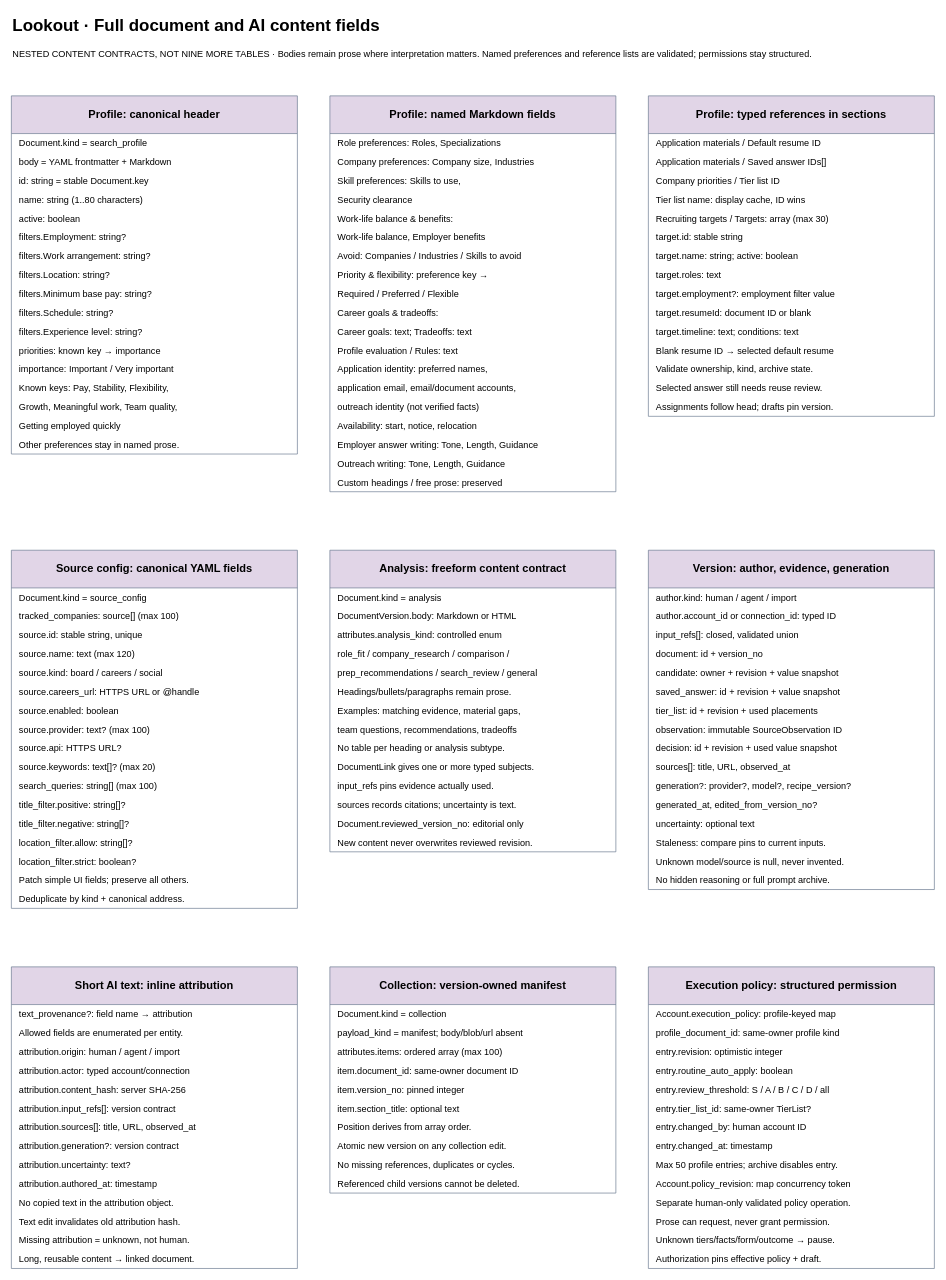
Above: page "00b Document and AI fields" (3 of 10) of docs/schema-review/lookout-data-layer.drawio in wcia013twe/Lookout.job (draw.io), before the change. Source tidied: cells renumbered, new cells numbered last; positions are measured from the earlier drawing's top-left corner, leaving out a move shared by most shapes. Both pictures are drawn from the tidied source at 65%, with x=0, y=0 at pixel (11, 11).
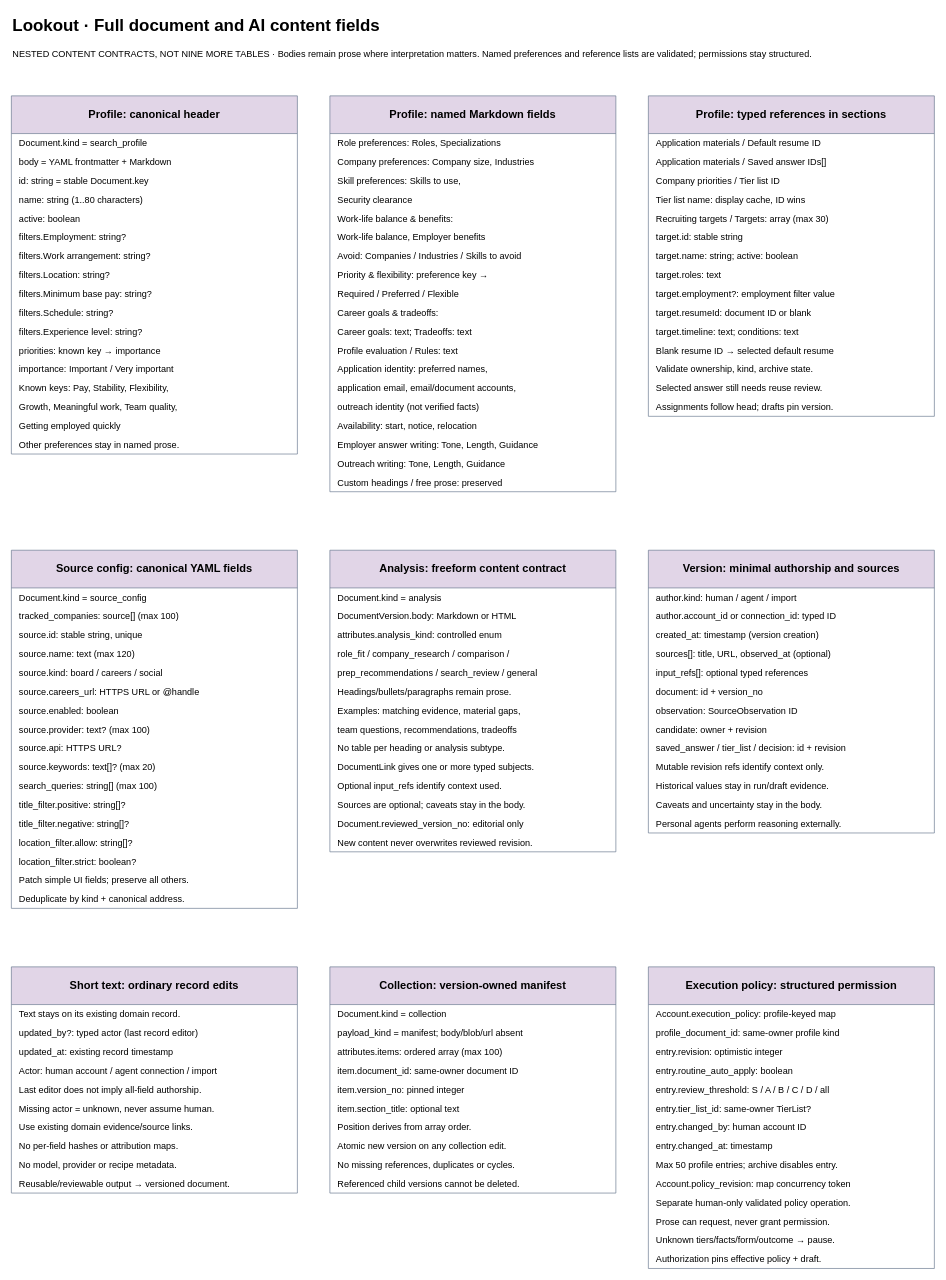
The same page after the edit.

Commit message (it also covers changes not shown here):
Keep inference with personal agents and simplify output metadata

The change refers to these unchanged cells:
```xml
<mxCell id="76" value="Analysis: freeform content contract" style="swimlane;html=1;startSize=58;fontSize=17;fontStyle=1;fillColor=#e1d5e7;strokeColor=#64748b;whiteSpace=wrap;" parent="1" vertex="1">
  <mxGeometry x="490" y="829" width="440" height="464" as="geometry" />
</mxCell>
```

Diff of the diagram source:
```diff
@@
-    <mxCell id="87" value="input_refs pins evidence actually used." style="text;html=1;fontSize=14;align=left;spacingLeft=10;whiteSpace=wrap;" parent="76" vertex="1">
+    <mxCell id="87" value="Optional input_refs identify context used." style="text;html=1;fontSize=14;align=left;spacingLeft=10;whiteSpace=wrap;" parent="76" vertex="1">
       <mxGeometry y="348" width="440" height="29" as="geometry" />
     </mxCell>
-    <mxCell id="88" value="sources records citations; uncertainty is text." style="text;html=1;fontSize=14;align=left;spacingLeft=10;whiteSpace=wrap;" parent="76" vertex="1">
+    <mxCell id="88" value="Sources are optional; caveats stay in the body." style="text;html=1;fontSize=14;align=left;spacingLeft=10;whiteSpace=wrap;" parent="76" vertex="1">
       <mxGeometry y="377" width="440" height="29" as="geometry" />
     </mxCell>
@@
-    <mxCell id="91" value="Version: author, evidence, generation" style="swimlane;html=1;startSize=58;fontSize=17;fontStyle=1;fillColor=#e1d5e7;strokeColor=#64748b;whiteSpace=wrap;" parent="1" vertex="1">
-      <mxGeometry x="980" y="829" width="440" height="522" as="geometry" />
+    <mxCell id="91" value="Version: minimal authorship and sources" style="swimlane;html=1;startSize=58;fontSize=17;fontStyle=1;fillColor=#e1d5e7;strokeColor=#64748b;whiteSpace=wrap;" parent="1" vertex="1">
+      <mxGeometry x="980" y="829" width="440" height="435" as="geometry" />
     </mxCell>
@@
-    <mxCell id="94" value="input_refs[]: closed, validated union" style="text;html=1;fontSize=14;align=left;spacingLeft=10;whiteSpace=wrap;" parent="91" vertex="1">
+    <mxCell id="94" value="created_at: timestamp (version creation)" style="text;html=1;fontSize=14;align=left;spacingLeft=10;whiteSpace=wrap;" parent="91" vertex="1">
       <mxGeometry y="116" width="440" height="29" as="geometry" />
     </mxCell>
-    <mxCell id="95" value="  document: id + version_no" style="text;html=1;fontSize=14;align=left;spacingLeft=10;whiteSpace=wrap;" parent="91" vertex="1">
+    <mxCell id="95" value="sources[]: title, URL, observed_at (optional)" style="text;html=1;fontSize=14;align=left;spacingLeft=10;whiteSpace=wrap;" parent="91" vertex="1">
       <mxGeometry y="145" width="440" height="29" as="geometry" />
     </mxCell>
-    <mxCell id="96" value="  candidate: owner + revision + value snapshot" style="text;html=1;fontSize=14;align=left;spacingLeft=10;whiteSpace=wrap;" parent="91" vertex="1">
+    <mxCell id="96" value="input_refs[]: optional typed references" style="text;html=1;fontSize=14;align=left;spacingLeft=10;whiteSpace=wrap;" parent="91" vertex="1">
       <mxGeometry y="174" width="440" height="29" as="geometry" />
     </mxCell>
-    <mxCell id="97" value="  saved_answer: id + revision + value snapshot" style="text;html=1;fontSize=14;align=left;spacingLeft=10;whiteSpace=wrap;" parent="91" vertex="1">
+    <mxCell id="97" value="  document: id + version_no" style="text;html=1;fontSize=14;align=left;spacingLeft=10;whiteSpace=wrap;" parent="91" vertex="1">
       <mxGeometry y="203" width="440" height="29" as="geometry" />
     </mxCell>
-    <mxCell id="98" value="  tier_list: id + revision + used placements" style="text;html=1;fontSize=14;align=left;spacingLeft=10;whiteSpace=wrap;" parent="91" vertex="1">
+    <mxCell id="98" value="  observation: SourceObservation ID" style="text;html=1;fontSize=14;align=left;spacingLeft=10;whiteSpace=wrap;" parent="91" vertex="1">
       <mxGeometry y="232" width="440" height="29" as="geometry" />
     </mxCell>
-    <mxCell id="99" value="  observation: immutable SourceObservation ID" style="text;html=1;fontSize=14;align=left;spacingLeft=10;whiteSpace=wrap;" parent="91" vertex="1">
+    <mxCell id="99" value="  candidate: owner + revision" style="text;html=1;fontSize=14;align=left;spacingLeft=10;whiteSpace=wrap;" parent="91" vertex="1">
       <mxGeometry y="261" width="440" height="29" as="geometry" />
     </mxCell>
-    <mxCell id="100" value="  decision: id + revision + used value snapshot" style="text;html=1;fontSize=14;align=left;spacingLeft=10;whiteSpace=wrap;" parent="91" vertex="1">
+    <mxCell id="100" value="  saved_answer / tier_list / decision: id + revision" style="text;html=1;fontSize=14;align=left;spacingLeft=10;whiteSpace=wrap;" parent="91" vertex="1">
       <mxGeometry y="290" width="440" height="29" as="geometry" />
     </mxCell>
-    <mxCell id="101" value="sources[]: title, URL, observed_at" style="text;html=1;fontSize=14;align=left;spacingLeft=10;whiteSpace=wrap;" parent="91" vertex="1">
+    <mxCell id="101" value="Mutable revision refs identify context only." style="text;html=1;fontSize=14;align=left;spacingLeft=10;whiteSpace=wrap;" parent="91" vertex="1">
       <mxGeometry y="319" width="440" height="29" as="geometry" />
     </mxCell>
-    <mxCell id="102" value="generation?: provider?, model?, recipe_version?" style="text;html=1;fontSize=14;align=left;spacingLeft=10;whiteSpace=wrap;" parent="91" vertex="1">
+    <mxCell id="102" value="Historical values stay in run/draft evidence." style="text;html=1;fontSize=14;align=left;spacingLeft=10;whiteSpace=wrap;" parent="91" vertex="1">
       <mxGeometry y="348" width="440" height="29" as="geometry" />
     </mxCell>
-    <mxCell id="103" value="  generated_at, edited_from_version_no?" style="text;html=1;fontSize=14;align=left;spacingLeft=10;whiteSpace=wrap;" parent="91" vertex="1">
+    <mxCell id="103" value="Caveats and uncertainty stay in the body." style="text;html=1;fontSize=14;align=left;spacingLeft=10;whiteSpace=wrap;" parent="91" vertex="1">
       <mxGeometry y="377" width="440" height="29" as="geometry" />
     </mxCell>
-    <mxCell id="104" value="uncertainty: optional text" style="text;html=1;fontSize=14;align=left;spacingLeft=10;whiteSpace=wrap;" parent="91" vertex="1">
+    <mxCell id="104" value="Personal agents perform reasoning externally." style="text;html=1;fontSize=14;align=left;spacingLeft=10;whiteSpace=wrap;" parent="91" vertex="1">
       <mxGeometry y="406" width="440" height="29" as="geometry" />
     </mxCell>
-    <mxCell id="105" value="Staleness: compare pins to current inputs." style="text;html=1;fontSize=14;align=left;spacingLeft=10;whiteSpace=wrap;" parent="91" vertex="1">
-      <mxGeometry y="435" width="440" height="29" as="geometry" />
-    </mxCell>
-    <mxCell id="106" value="Unknown model/source is null, never invented." style="text;html=1;fontSize=14;align=left;spacingLeft=10;whiteSpace=wrap;" parent="91" vertex="1">
-      <mxGeometry y="464" width="440" height="29" as="geometry" />
-    </mxCell>
-    <mxCell id="107" value="No hidden reasoning or full prompt archive." style="text;html=1;fontSize=14;align=left;spacingLeft=10;whiteSpace=wrap;" parent="91" vertex="1">
-      <mxGeometry y="493" width="440" height="29" as="geometry" />
-    </mxCell>
-    <mxCell id="108" value="Short AI text: inline attribution" style="swimlane;html=1;startSize=58;fontSize=17;fontStyle=1;fillColor=#e1d5e7;strokeColor=#64748b;whiteSpace=wrap;" parent="1" vertex="1">
-      <mxGeometry y="1470" width="440" height="464" as="geometry" />
+    <mxCell id="108" value="Short text: ordinary record edits" style="swimlane;html=1;startSize=58;fontSize=17;fontStyle=1;fillColor=#e1d5e7;strokeColor=#64748b;whiteSpace=wrap;" parent="1" vertex="1">
+      <mxGeometry y="1470" width="440" height="348" as="geometry" />
     </mxCell>
-    <mxCell id="109" value="text_provenance?: field name → attribution" style="text;html=1;fontSize=14;align=left;spacingLeft=10;whiteSpace=wrap;" parent="108" vertex="1">
+    <mxCell id="109" value="Text stays on its existing domain record." style="text;html=1;fontSize=14;align=left;spacingLeft=10;whiteSpace=wrap;" parent="108" vertex="1">
       <mxGeometry y="58" width="440" height="29" as="geometry" />
     </mxCell>
-    <mxCell id="110" value="Allowed fields are enumerated per entity." style="text;html=1;fontSize=14;align=left;spacingLeft=10;whiteSpace=wrap;" parent="108" vertex="1">
+    <mxCell id="110" value="updated_by?: typed actor (last record editor)" style="text;html=1;fontSize=14;align=left;spacingLeft=10;whiteSpace=wrap;" parent="108" vertex="1">
       <mxGeometry y="87" width="440" height="29" as="geometry" />
     </mxCell>
-    <mxCell id="111" value="attribution.origin: human / agent / import" style="text;html=1;fontSize=14;align=left;spacingLeft=10;whiteSpace=wrap;" parent="108" vertex="1">
+    <mxCell id="111" value="updated_at: existing record timestamp" style="text;html=1;fontSize=14;align=left;spacingLeft=10;whiteSpace=wrap;" parent="108" vertex="1">
       <mxGeometry y="116" width="440" height="29" as="geometry" />
     </mxCell>
-    <mxCell id="112" value="attribution.actor: typed account/connection" style="text;html=1;fontSize=14;align=left;spacingLeft=10;whiteSpace=wrap;" parent="108" vertex="1">
+    <mxCell id="112" value="Actor: human account / agent connection / import" style="text;html=1;fontSize=14;align=left;spacingLeft=10;whiteSpace=wrap;" parent="108" vertex="1">
       <mxGeometry y="145" width="440" height="29" as="geometry" />
     </mxCell>
-    <mxCell id="113" value="attribution.content_hash: server SHA-256" style="text;html=1;fontSize=14;align=left;spacingLeft=10;whiteSpace=wrap;" parent="108" vertex="1">
+    <mxCell id="113" value="Last editor does not imply all-field authorship." style="text;html=1;fontSize=14;align=left;spacingLeft=10;whiteSpace=wrap;" parent="108" vertex="1">
       <mxGeometry y="174" width="440" height="29" as="geometry" />
     </mxCell>
-    <mxCell id="114" value="attribution.input_refs[]: version contract" style="text;html=1;fontSize=14;align=left;spacingLeft=10;whiteSpace=wrap;" parent="108" vertex="1">
+    <mxCell id="114" value="Missing actor = unknown, never assume human." style="text;html=1;fontSize=14;align=left;spacingLeft=10;whiteSpace=wrap;" parent="108" vertex="1">
       <mxGeometry y="203" width="440" height="29" as="geometry" />
     </mxCell>
-    <mxCell id="115" value="attribution.sources[]: title, URL, observed_at" style="text;html=1;fontSize=14;align=left;spacingLeft=10;whiteSpace=wrap;" parent="108" vertex="1">
+    <mxCell id="115" value="Use existing domain evidence/source links." style="text;html=1;fontSize=14;align=left;spacingLeft=10;whiteSpace=wrap;" parent="108" vertex="1">
       <mxGeometry y="232" width="440" height="29" as="geometry" />
     </mxCell>
-    <mxCell id="116" value="attribution.generation?: version contract" style="text;html=1;fontSize=14;align=left;spacingLeft=10;whiteSpace=wrap;" parent="108" vertex="1">
+    <mxCell id="116" value="No per-field hashes or attribution maps." style="text;html=1;fontSize=14;align=left;spacingLeft=10;whiteSpace=wrap;" parent="108" vertex="1">
       <mxGeometry y="261" width="440" height="29" as="geometry" />
     </mxCell>
-    <mxCell id="117" value="attribution.uncertainty: text?" style="text;html=1;fontSize=14;align=left;spacingLeft=10;whiteSpace=wrap;" parent="108" vertex="1">
+    <mxCell id="117" value="No model, provider or recipe metadata." style="text;html=1;fontSize=14;align=left;spacingLeft=10;whiteSpace=wrap;" parent="108" vertex="1">
       <mxGeometry y="290" width="440" height="29" as="geometry" />
     </mxCell>
-    <mxCell id="118" value="attribution.authored_at: timestamp" style="text;html=1;fontSize=14;align=left;spacingLeft=10;whiteSpace=wrap;" parent="108" vertex="1">
+    <mxCell id="118" value="Reusable/reviewable output → versioned document." style="text;html=1;fontSize=14;align=left;spacingLeft=10;whiteSpace=wrap;" parent="108" vertex="1">
       <mxGeometry y="319" width="440" height="29" as="geometry" />
     </mxCell>
-    <mxCell id="119" value="No copied text in the attribution object." style="text;html=1;fontSize=14;align=left;spacingLeft=10;whiteSpace=wrap;" parent="108" vertex="1">
-      <mxGeometry y="348" width="440" height="29" as="geometry" />
-    </mxCell>
-    <mxCell id="120" value="Text edit invalidates old attribution hash." style="text;html=1;fontSize=14;align=left;spacingLeft=10;whiteSpace=wrap;" parent="108" vertex="1">
-      <mxGeometry y="377" width="440" height="29" as="geometry" />
-    </mxCell>
-    <mxCell id="121" value="Missing attribution = unknown, not human." style="text;html=1;fontSize=14;align=left;spacingLeft=10;whiteSpace=wrap;" parent="108" vertex="1">
-      <mxGeometry y="406" width="440" height="29" as="geometry" />
-    </mxCell>
-    <mxCell id="122" value="Long, reusable content → linked document." style="text;html=1;fontSize=14;align=left;spacingLeft=10;whiteSpace=wrap;" parent="108" vertex="1">
-      <mxGeometry y="435" width="440" height="29" as="geometry" />
-    </mxCell>
```
